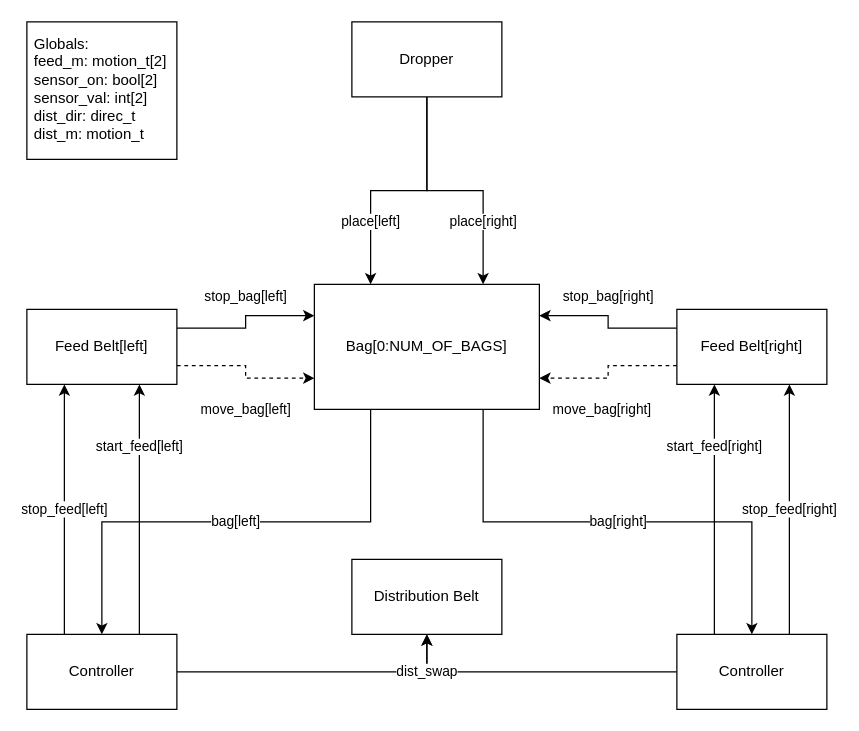
cakarsubasi/02224_project keeps this draw.io diagram as report/project_diagram.drawio. Above is the earlier version. Source tidied: cells renumbered, new cells numbered last; positions are measured from the earlier drawing's top-left corner, leaving out a move shared by most shapes. Both pictures are drawn from the tidied source at 125%, with x=0, y=0 at pixel (26, 21).
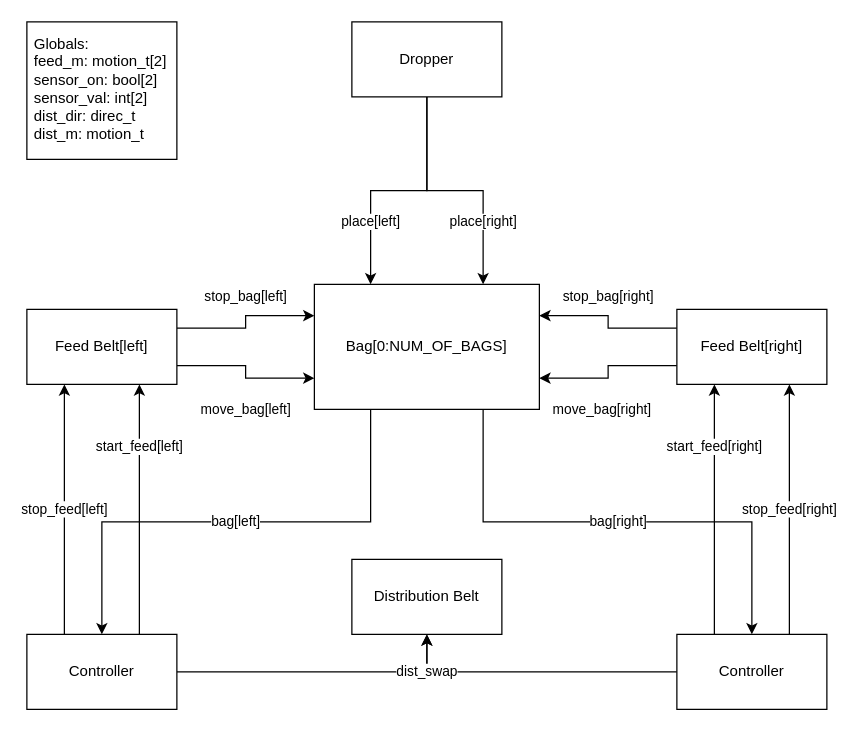
Above is the later version.

Commit message (it also covers changes not shown here):
remove project prompt, update report diagrams

Unchanged cells that the change refers to:
```xml
<mxCell id="4" value="Bag[0:NUM_OF_BAGS]" style="rounded=0;whiteSpace=wrap;html=1;" parent="1" vertex="1">
  <mxGeometry x="230" y="210" width="180" height="100" as="geometry" />
</mxCell>
<mxCell id="10" value="Feed Belt[right]" style="rounded=0;whiteSpace=wrap;html=1;" parent="1" vertex="1">
  <mxGeometry x="520" y="230" width="120" height="60" as="geometry" />
</mxCell>
<mxCell id="17" value="Feed Belt[left]" style="rounded=0;whiteSpace=wrap;html=1;" parent="1" vertex="1">
  <mxGeometry y="230" width="120" height="60" as="geometry" />
</mxCell>
```

The edit, as a diff of the source:
```diff
@@
-    <mxCell id="9" value="move_bag[right]" style="edgeStyle=orthogonalEdgeStyle;rounded=0;jettySize=auto;html=1;exitX=0;exitY=0.75;exitDx=0;exitDy=0;entryX=1;entryY=0.75;entryDx=0;entryDy=0;dashed=1;" parent="1" edge="1" source="10" target="4">
+    <mxCell id="9" value="move_bag[right]" style="edgeStyle=orthogonalEdgeStyle;rounded=0;jettySize=auto;html=1;exitX=0;exitY=0.75;exitDx=0;exitDy=0;entryX=1;entryY=0.75;entryDx=0;entryDy=0;" parent="1" edge="1" source="10" target="4">
       <mxGeometry x="0.17" y="25" relative="1" as="geometry" />
     </mxCell>
@@
-    <mxCell id="16" value="move_bag[left]" style="edgeStyle=orthogonalEdgeStyle;rounded=0;jettySize=auto;html=1;exitX=1;exitY=0.75;exitDx=0;exitDy=0;entryX=0;entryY=0.75;entryDx=0;entryDy=0;dashed=1;" parent="1" edge="1" source="17" target="4">
+    <mxCell id="16" value="move_bag[left]" style="edgeStyle=orthogonalEdgeStyle;rounded=0;jettySize=auto;html=1;exitX=1;exitY=0.75;exitDx=0;exitDy=0;entryX=0;entryY=0.75;entryDx=0;entryDy=0;" parent="1" edge="1" source="17" target="4">
       <mxGeometry x="0.08" y="25" relative="1" as="geometry">
         <mxPoint y="50" as="offset" />
       </mxGeometry>
     </mxCell>
```
